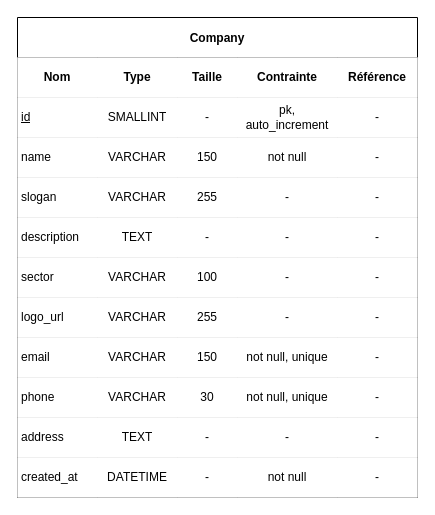
Earlier version of the draw.io diagram docs/database/conception/mpd/mpd.drawio (Ghislain-KIMA/site-web-beobenere). Source tidied: cells renumbered, new cells numbered last; positions are measured from the earlier drawing's top-left corner, leaving out a move shared by most shapes. Both pictures are drawn from the tidied source at 100%, with x=0, y=0 at pixel (17, 17).
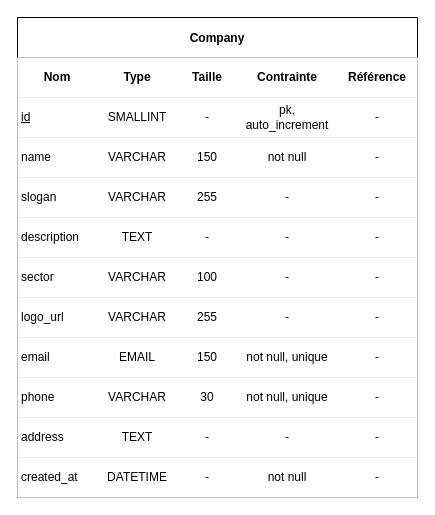
The same page after the edit.

Commit message (it also covers changes not shown here):
docs(database): change in to MPD, the field email type to EMAIL.

The change refers to these unchanged cells:
```xml
<mxCell id="45" style="shape=tableRow;horizontal=0;startSize=0;swimlaneHead=0;swimlaneBody=0;strokeColor=default;top=0;left=0;bottom=0;right=0;fillColor=default;fixedHeader=1;swimlaneFillColor=default;" parent="2" vertex="1">
  <mxGeometry y="320" width="400" height="40" as="geometry" />
</mxCell>
```

Diff of the diagram source:
```diff
@@
-    <mxCell id="47" value="VARCHAR" style="shape=partialRectangle;html=1;whiteSpace=wrap;strokeColor=default;overflow=hidden;fillColor=default;top=0;left=0;bottom=0;right=0;swimlaneFillColor=default;" parent="45" vertex="1">
+    <mxCell id="47" value="EMAIL" style="shape=partialRectangle;html=1;whiteSpace=wrap;strokeColor=default;overflow=hidden;fillColor=default;top=0;left=0;bottom=0;right=0;swimlaneFillColor=default;" parent="45" vertex="1">
       <mxGeometry x="80" width="80" height="40" as="geometry" />
     </mxCell>
```
